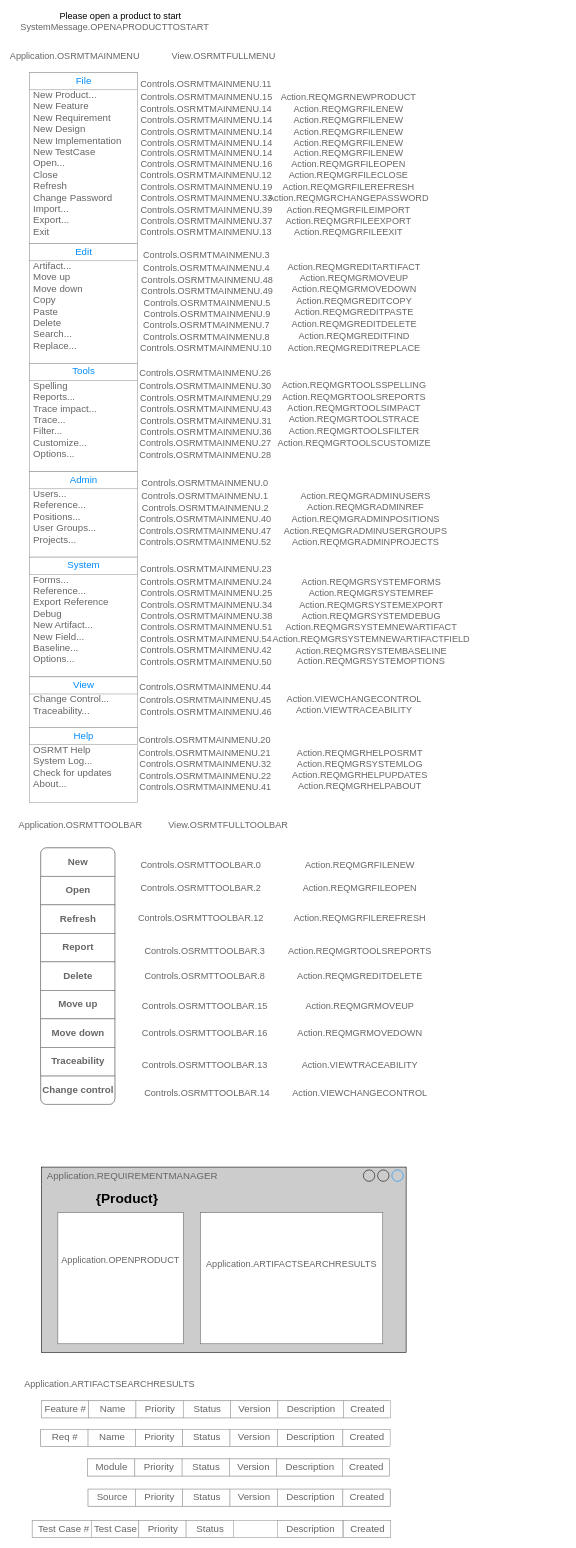
Before: page "Main Window" (6 of 12) of hnc.drawio in haclong/drawings, a draw.io diagram. Source tidied: cells renumbered, new cells numbered last; positions are measured from the earlier drawing's top-left corner, leaving out a move shared by most shapes. Both pictures are drawn from the tidied source at 57%, with x=0, y=0 at pixel (29, 10).
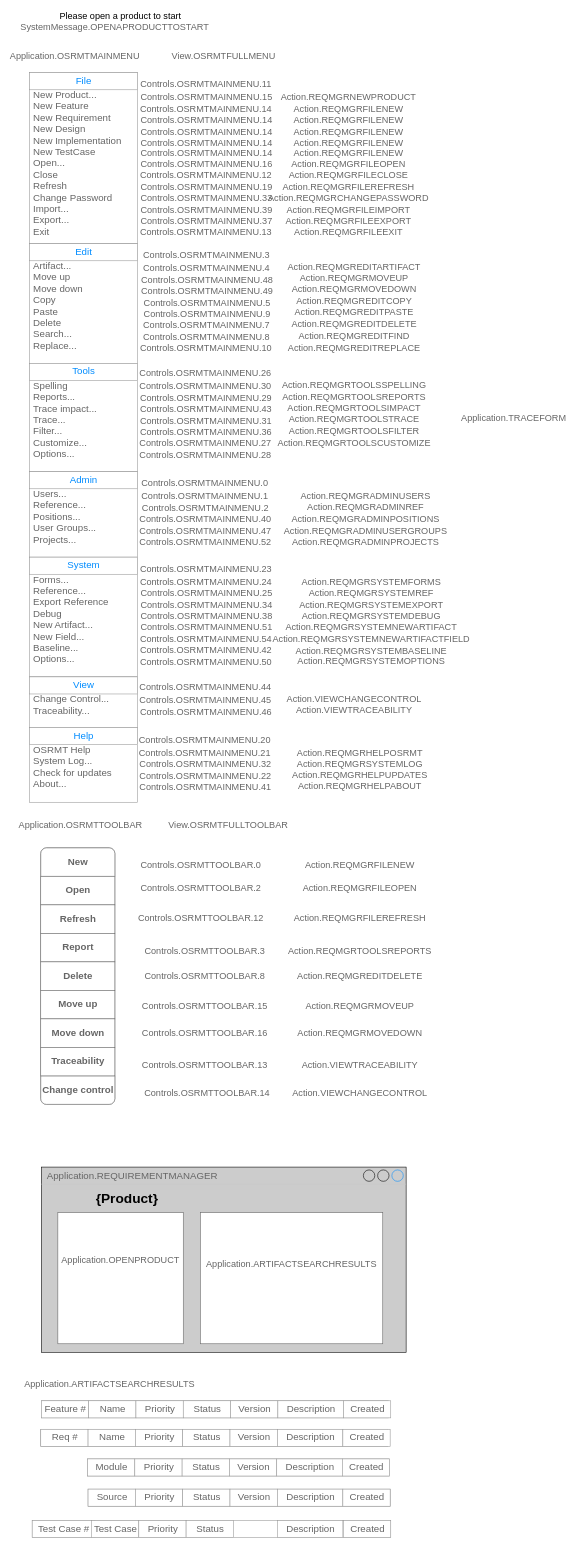
After the change.

Change to the diagram source:
```diff
@@
+    <mxCell id="241" value="Application.TRACEFORM" style="text;html=1;strokeColor=none;fillColor=none;align=center;verticalAlign=middle;whiteSpace=wrap;rounded=0;fontSize=16;fontColor=#666666;" parent="1" vertex="1">
+      <mxGeometry x="830" y="705" width="40" height="20" as="geometry" />
+    </mxCell>
```
